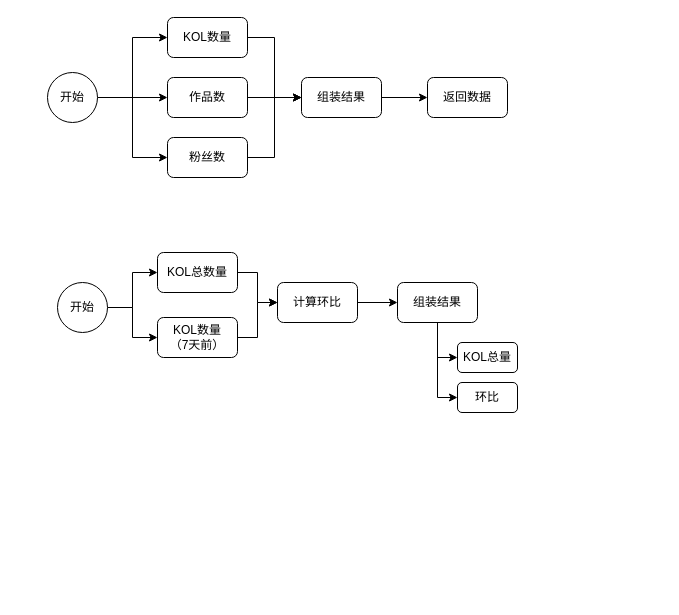
This is fsight-dag.drawio from zhufuyin/draw, a draw.io file, before an edit. Source tidied: cells renumbered, new cells numbered last; positions are measured from the earlier drawing's top-left corner, leaving out a move shared by most shapes. Both pictures are drawn from the tidied source at 100%, with x=0, y=0 at pixel (47, 17).
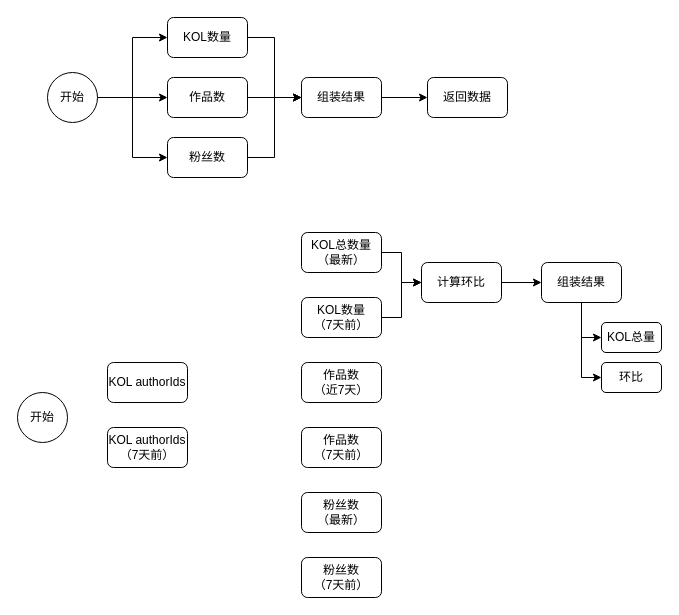
The same page after the edit.

Diff of the diagram source:
```diff
@@
-    <mxCell id="15" style="edgeStyle=orthogonalEdgeStyle;rounded=0;jettySize=auto;html=1;exitX=1;exitY=0.5;exitDx=0;exitDy=0;entryX=0;entryY=0.5;entryDx=0;entryDy=0;" parent="1" edge="1" source="17" target="19">
-      <mxGeometry relative="1" as="geometry" />
-    </mxCell>
-    <mxCell id="16" style="edgeStyle=orthogonalEdgeStyle;rounded=0;jettySize=auto;html=1;exitX=1;exitY=0.5;exitDx=0;exitDy=0;entryX=0;entryY=0.5;entryDx=0;entryDy=0;" parent="1" edge="1" source="17" target="21">
-      <mxGeometry relative="1" as="geometry" />
-    </mxCell>
     <mxCell id="17" value="开始" style="ellipse;whiteSpace=wrap;html=1;" parent="1" vertex="1">
-      <mxGeometry x="10" y="265" width="50" height="50" as="geometry" />
+      <mxGeometry x="-30" y="375" width="50" height="50" as="geometry" />
     </mxCell>
@@
-    <mxCell id="19" value="KOL总数量" style="rounded=1;whiteSpace=wrap;html=1;" parent="1" vertex="1">
-      <mxGeometry x="110" y="235" width="80" height="40" as="geometry" />
+    <mxCell id="19" value="KOL总数量&lt;br&gt;（最新）" style="rounded=1;whiteSpace=wrap;html=1;" parent="1" vertex="1">
+      <mxGeometry x="254" y="215" width="80" height="40" as="geometry" />
     </mxCell>
@@
     <mxCell id="21" value="KOL数量&lt;br&gt;（7天前）" style="rounded=1;whiteSpace=wrap;html=1;" parent="1" vertex="1">
-      <mxGeometry x="110" y="300" width="80" height="40" as="geometry" />
+      <mxGeometry x="254" y="280" width="80" height="40" as="geometry" />
     </mxCell>
@@
     <mxCell id="23" value="计算环比" style="rounded=1;whiteSpace=wrap;html=1;" parent="1" vertex="1">
-      <mxGeometry x="230" y="265" width="80" height="40" as="geometry" />
+      <mxGeometry x="374" y="245" width="80" height="40" as="geometry" />
     </mxCell>
@@
     <mxCell id="26" value="组装结果" style="rounded=1;whiteSpace=wrap;html=1;" parent="1" vertex="1">
-      <mxGeometry x="350" y="265" width="80" height="40" as="geometry" />
+      <mxGeometry x="494" y="245" width="80" height="40" as="geometry" />
     </mxCell>
     <mxCell id="27" value="KOL总量" style="rounded=1;whiteSpace=wrap;html=1;" parent="1" vertex="1">
-      <mxGeometry x="410" y="325" width="60" height="30" as="geometry" />
+      <mxGeometry x="554" y="305" width="60" height="30" as="geometry" />
     </mxCell>
     <mxCell id="28" value="环比" style="rounded=1;whiteSpace=wrap;html=1;" parent="1" vertex="1">
-      <mxGeometry x="410" y="365" width="60" height="30" as="geometry" />
+      <mxGeometry x="554" y="345" width="60" height="30" as="geometry" />
     </mxCell>
+    <mxCell id="29" value="KOL authorIds" style="rounded=1;whiteSpace=wrap;html=1;" parent="1" vertex="1">
+      <mxGeometry x="60" y="345" width="80" height="40" as="geometry" />
+    </mxCell>
+    <mxCell id="30" value="KOL authorIds&lt;br&gt;（7天前）" style="rounded=1;whiteSpace=wrap;html=1;" parent="1" vertex="1">
+      <mxGeometry x="60" y="410" width="80" height="40" as="geometry" />
+    </mxCell>
+    <mxCell id="31" value="作品数&lt;br&gt;（7天前）" style="rounded=1;whiteSpace=wrap;html=1;" parent="1" vertex="1">
+      <mxGeometry x="254" y="410" width="80" height="40" as="geometry" />
+    </mxCell>
+    <mxCell id="32" value="作品数&lt;br&gt;（近7天）" style="rounded=1;whiteSpace=wrap;html=1;" parent="1" vertex="1">
+      <mxGeometry x="254" y="345" width="80" height="40" as="geometry" />
+    </mxCell>
+    <mxCell id="33" value="粉丝数&lt;br&gt;（最新）" style="rounded=1;whiteSpace=wrap;html=1;" parent="1" vertex="1">
+      <mxGeometry x="254" y="475" width="80" height="40" as="geometry" />
+    </mxCell>
+    <mxCell id="34" value="粉丝数&lt;br&gt;（7天前）" style="rounded=1;whiteSpace=wrap;html=1;" parent="1" vertex="1">
+      <mxGeometry x="254" y="540" width="80" height="40" as="geometry" />
+    </mxCell>
```
